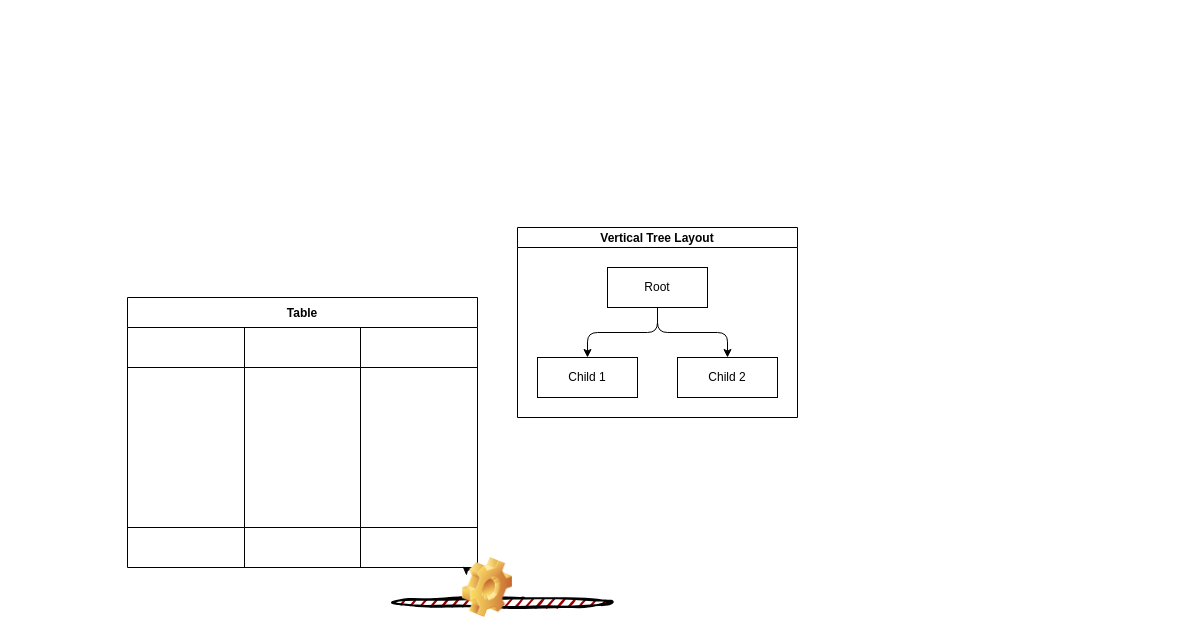
Before: src/components/test.drawio in mohamedSamyAli/codeyai, a draw.io diagram. Source tidied: cells renumbered, new cells numbered last; positions are measured from the earlier drawing's top-left corner, leaving out a move shared by most shapes. Both pictures are drawn from the tidied source at 100%, with x=0, y=0 at pixel (127, 227).
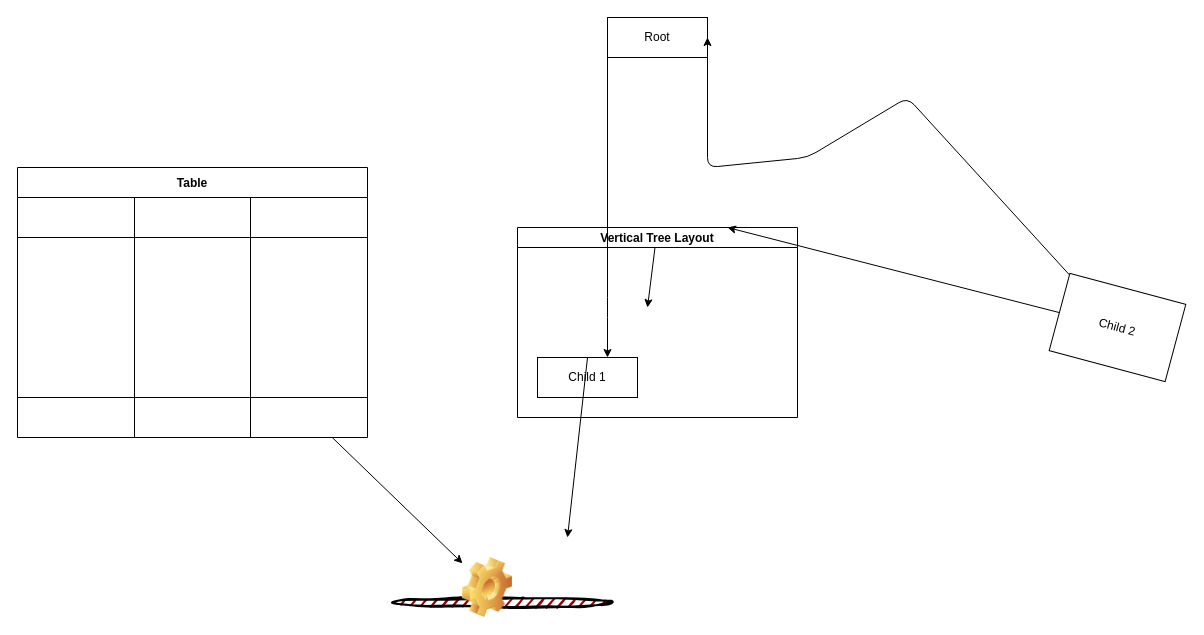
The same diagram, later.

Unchanged cells that the change refers to:
```xml
<mxCell id="18" value="Vertical Tree Layout" style="swimlane;startSize=20;horizontal=1;horizontalTree=0;containerType=tree;fontSize=12;" parent="1" vertex="1">
  <mxGeometry x="390" width="280" height="190" as="geometry" />
</mxCell>
```

The edit, as a diff of the source:
```diff
@@
     <mxCell id="3" value="Table" style="shape=table;startSize=30;childLayout=tableLayout;fontStyle=1;align=center;" parent="1" vertex="1">
-      <mxGeometry y="70" width="350" height="270" as="geometry" />
+      <mxGeometry x="-110" y="-60" width="350" height="270" as="geometry" />
     </mxCell>
@@
+    <mxCell id="24" style="edgeStyle=none;html=1;exitX=0.5;exitY=0;exitDx=0;exitDy=0;" parent="1" edge="1" source="18">
+      <mxGeometry relative="1" as="geometry">
+        <mxPoint x="520" y="80" as="targetPoint" />
+      </mxGeometry>
+    </mxCell>
@@
+    <mxCell id="20" value="Child 1" style="whiteSpace=wrap;html=1;" parent="18" vertex="1">
+      <mxGeometry x="20" y="130" width="100" height="40" as="geometry" />
+    </mxCell>
-    <mxCell id="19" value="Root" style="whiteSpace=wrap;html=1;" parent="18" vertex="1">
-      <mxGeometry x="90" y="40" width="100" height="40" as="geometry" />
+    <mxCell id="19" value="Root" style="whiteSpace=wrap;html=1;" parent="1" vertex="1">
+      <mxGeometry x="480" y="-210" width="100" height="40" as="geometry" />
     </mxCell>
-    <mxCell id="20" value="Child 1" style="whiteSpace=wrap;html=1;" parent="18" vertex="1">
-      <mxGeometry x="20" y="130" width="100" height="40" as="geometry" />
-    </mxCell>
-    <mxCell id="21" style="edgeStyle=elbowEdgeStyle;elbow=vertical;html=1;rounded=1;curved=0;sourcePerimeterSpacing=0;targetPerimeterSpacing=0;startSize=6;endSize=6;" parent="18" edge="1" source="19" target="20">
-      <mxGeometry relative="1" as="geometry" />
+    <mxCell id="21" style="edgeStyle=elbowEdgeStyle;elbow=vertical;html=1;rounded=1;curved=0;sourcePerimeterSpacing=0;targetPerimeterSpacing=0;startSize=6;endSize=6;" parent="1" edge="1" source="19" target="20">
+      <mxGeometry relative="1" as="geometry">
+        <Array as="points">
+          <mxPoint x="480" y="80" />
+        </Array>
+      </mxGeometry>
     </mxCell>
+    <mxCell id="25" style="edgeStyle=none;html=1;exitX=0.5;exitY=0;exitDx=0;exitDy=0;" parent="1" edge="1" source="20">
+      <mxGeometry relative="1" as="geometry">
+        <mxPoint x="440" y="310" as="targetPoint" />
+      </mxGeometry>
+    </mxCell>
+    <mxCell id="26" style="edgeStyle=none;html=1;entryX=0.75;entryY=0;entryDx=0;entryDy=0;" parent="1" edge="1" source="22" target="18">
+      <mxGeometry relative="1" as="geometry" />
+    </mxCell>
+    <mxCell id="27" style="edgeStyle=none;html=1;entryX=1;entryY=0.5;entryDx=0;entryDy=0;" parent="1" edge="1" source="22" target="19">
+      <mxGeometry relative="1" as="geometry">
+        <Array as="points">
+          <mxPoint x="780" y="-130" />
+          <mxPoint x="680" y="-70" />
+          <mxPoint x="580" y="-60" />
+        </Array>
+      </mxGeometry>
+    </mxCell>
-    <mxCell id="22" value="Child 2" style="whiteSpace=wrap;html=1;" parent="18" vertex="1">
-      <mxGeometry x="160" y="130" width="100" height="40" as="geometry" />
+    <mxCell id="22" value="Child 2" style="whiteSpace=wrap;html=1;rotation=15;" parent="1" vertex="1">
+      <mxGeometry x="930" y="60" width="120" height="80" as="geometry" />
     </mxCell>
-    <mxCell id="23" style="edgeStyle=elbowEdgeStyle;elbow=vertical;html=1;rounded=1;curved=0;sourcePerimeterSpacing=0;targetPerimeterSpacing=0;startSize=6;endSize=6;" parent="18" edge="1" source="19" target="22">
-      <mxGeometry relative="1" as="geometry" />
-    </mxCell>
```
